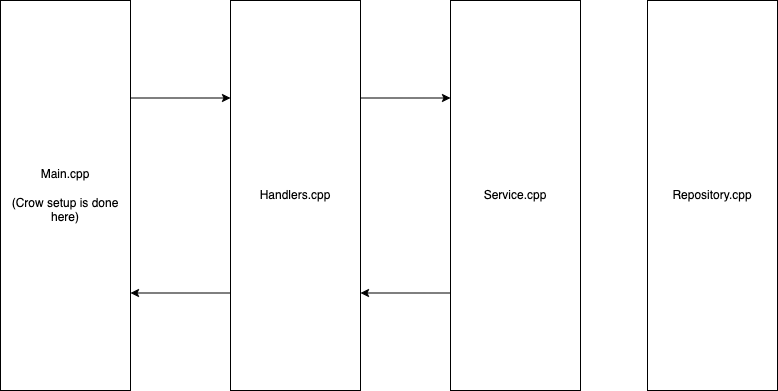
The draw.io diagram day-02/concepts.dio.png in vinod-kayartaya/unisys-rest-march-2024, before a commit. Source tidied: cells renumbered, new cells last; positions are measured from the earlier drawing's top-left corner, leaving out a move shared by most shapes. The source it was exported from:
```xml
<mxGraphModel>
  <root>
    <mxCell id="0" />
    <mxCell id="1" parent="0" />
    <mxCell id="2" style="edgeStyle=none;html=1;exitX=1;exitY=0.25;exitDx=0;exitDy=0;entryX=0;entryY=0.25;entryDx=0;entryDy=0;" parent="1" edge="1" source="3" target="6">
      <mxGeometry relative="1" as="geometry" />
    </mxCell>
    <mxCell id="3" value="Main.cpp&lt;br&gt;&lt;br&gt;(Crow setup is done&lt;br&gt;here)" style="rounded=0;whiteSpace=wrap;html=1;" parent="1" vertex="1">
      <mxGeometry width="130" height="390" as="geometry" />
    </mxCell>
    <mxCell id="4" style="edgeStyle=none;html=1;exitX=1;exitY=0.25;exitDx=0;exitDy=0;entryX=0;entryY=0.25;entryDx=0;entryDy=0;" parent="1" edge="1" source="6" target="8">
      <mxGeometry relative="1" as="geometry" />
    </mxCell>
    <mxCell id="5" style="edgeStyle=none;html=1;exitX=0;exitY=0.75;exitDx=0;exitDy=0;entryX=1;entryY=0.75;entryDx=0;entryDy=0;" parent="1" edge="1" source="6" target="3">
      <mxGeometry relative="1" as="geometry" />
    </mxCell>
    <mxCell id="6" value="Handlers.cpp" style="rounded=0;whiteSpace=wrap;html=1;" parent="1" vertex="1">
      <mxGeometry x="230" width="130" height="390" as="geometry" />
    </mxCell>
    <mxCell id="7" style="edgeStyle=none;html=1;exitX=0;exitY=0.75;exitDx=0;exitDy=0;entryX=1;entryY=0.75;entryDx=0;entryDy=0;" parent="1" edge="1" source="8" target="6">
      <mxGeometry relative="1" as="geometry" />
    </mxCell>
    <mxCell id="8" value="Service.cpp" style="rounded=0;whiteSpace=wrap;html=1;" parent="1" vertex="1">
      <mxGeometry x="450" width="130" height="390" as="geometry" />
    </mxCell>
    <mxCell id="9" value="Repository.cpp" style="rounded=0;whiteSpace=wrap;html=1;" parent="1" vertex="1">
      <mxGeometry x="647" width="130" height="390" as="geometry" />
    </mxCell>
  </root>
</mxGraphModel>
```
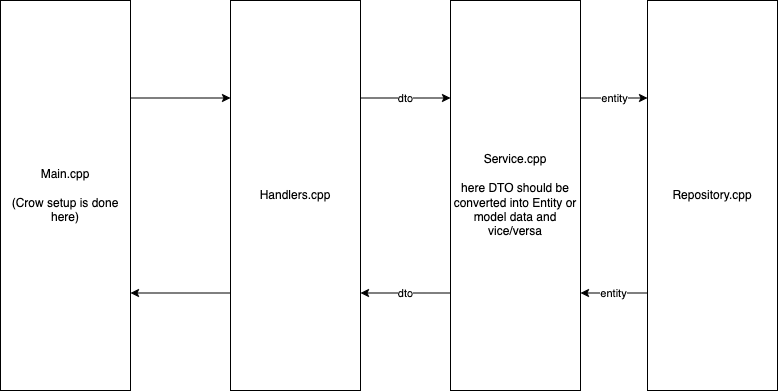
Later version of the same file.

The edit, as a diff of the source:
```diff
@@ -8,7 +8,7 @@
     <mxCell id="3" value="Main.cpp&lt;br&gt;&lt;br&gt;(Crow setup is done&lt;br&gt;here)" style="rounded=0;whiteSpace=wrap;html=1;" parent="1" vertex="1">
       <mxGeometry width="130" height="390" as="geometry" />
     </mxCell>
-    <mxCell id="4" style="edgeStyle=none;html=1;exitX=1;exitY=0.25;exitDx=0;exitDy=0;entryX=0;entryY=0.25;entryDx=0;entryDy=0;" parent="1" edge="1" source="6" target="8">
+    <mxCell id="4" value="dto" style="edgeStyle=none;html=1;exitX=1;exitY=0.25;exitDx=0;exitDy=0;entryX=0;entryY=0.25;entryDx=0;entryDy=0;" parent="1" edge="1" source="6" target="8">
       <mxGeometry relative="1" as="geometry" />
     </mxCell>
     <mxCell id="5" style="edgeStyle=none;html=1;exitX=0;exitY=0.75;exitDx=0;exitDy=0;entryX=1;entryY=0.75;entryDx=0;entryDy=0;" parent="1" edge="1" source="6" target="3">
@@ -17,12 +17,18 @@
     <mxCell id="6" value="Handlers.cpp" style="rounded=0;whiteSpace=wrap;html=1;" parent="1" vertex="1">
       <mxGeometry x="230" width="130" height="390" as="geometry" />
     </mxCell>
-    <mxCell id="7" style="edgeStyle=none;html=1;exitX=0;exitY=0.75;exitDx=0;exitDy=0;entryX=1;entryY=0.75;entryDx=0;entryDy=0;" parent="1" edge="1" source="8" target="6">
+    <mxCell id="7" value="dto" style="edgeStyle=none;html=1;exitX=0;exitY=0.75;exitDx=0;exitDy=0;entryX=1;entryY=0.75;entryDx=0;entryDy=0;" parent="1" edge="1" source="8" target="6">
       <mxGeometry relative="1" as="geometry" />
     </mxCell>
+    <mxCell id="10" value="entity" style="edgeStyle=none;html=1;exitX=1;exitY=0.25;exitDx=0;exitDy=0;entryX=0;entryY=0.25;entryDx=0;entryDy=0;" parent="1" edge="1" source="8" target="9">
+      <mxGeometry relative="1" as="geometry" />
+    </mxCell>
-    <mxCell id="8" value="Service.cpp" style="rounded=0;whiteSpace=wrap;html=1;" parent="1" vertex="1">
+    <mxCell id="8" value="Service.cpp&lt;br&gt;&lt;br&gt;here DTO should be converted into Entity or model data and vice/versa" style="rounded=0;whiteSpace=wrap;html=1;" parent="1" vertex="1">
       <mxGeometry x="450" width="130" height="390" as="geometry" />
     </mxCell>
+    <mxCell id="11" value="entity" style="edgeStyle=none;html=1;exitX=0;exitY=0.75;exitDx=0;exitDy=0;entryX=1;entryY=0.75;entryDx=0;entryDy=0;" parent="1" edge="1" source="9" target="8">
+      <mxGeometry relative="1" as="geometry" />
+    </mxCell>
     <mxCell id="9" value="Repository.cpp" style="rounded=0;whiteSpace=wrap;html=1;" parent="1" vertex="1">
       <mxGeometry x="647" width="130" height="390" as="geometry" />
     </mxCell>
```
